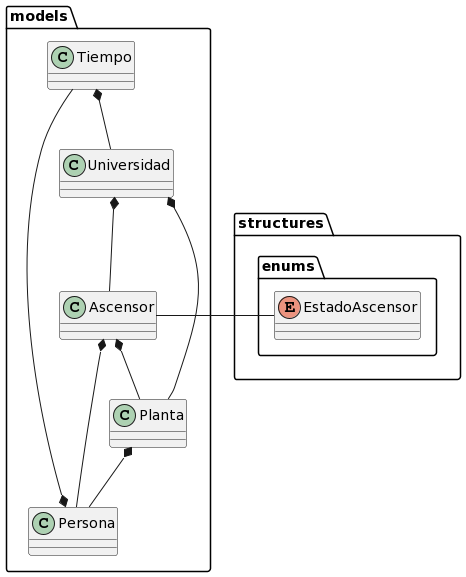
Earlier version of the PlantUML export entregas/Grupo4/ModeloDelDominio/images/modeloDelDominio.png (mmasias/IdSw2-22-23).
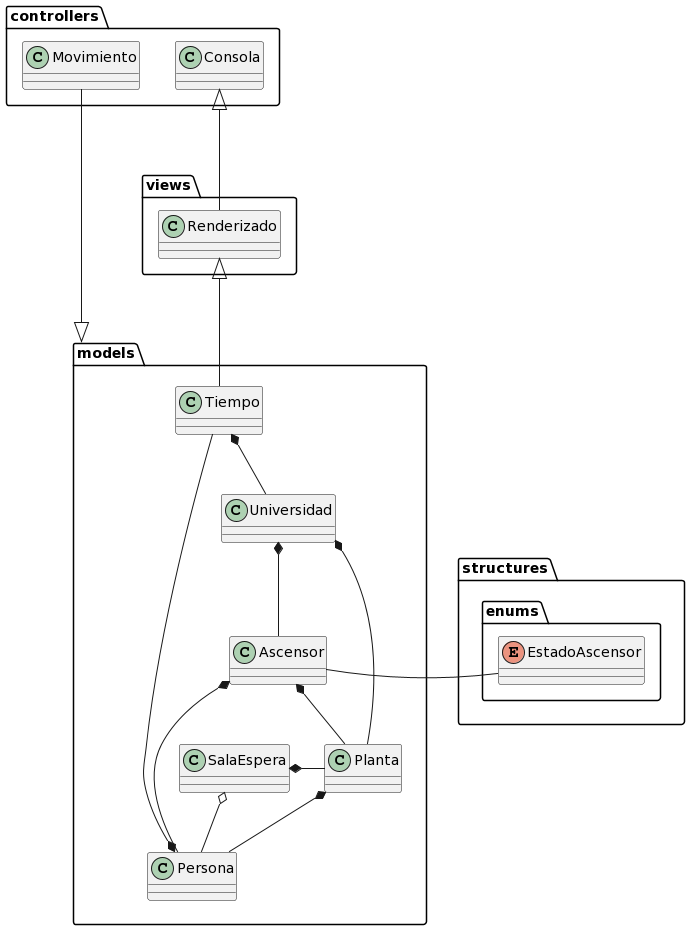
After the change.

The edit, as a diff of the source:
```diff
@@ -22,12 +22,35 @@
 
 }
 
+class "models.SalaEspera" {
+
+}
+
+class "controllers.Consola" {
+
+}
+
+class "controllers.Movimiento" {
+
+}
+
+class "views.Renderizado" {
+
+}
+
 Ascensor *--d Persona
 Ascensor *--d Planta
-Ascensor ---r EstadoAscensor
+Ascensor ---r "structures.enums.EstadoAscensor"
 Universidad *-- Ascensor
 Universidad *-- Planta
 Planta *--d Persona
 Persona *---u Tiempo
 Tiempo *--d Universidad
+SalaEspera *--r Planta
+SalaEspera o--d Persona
+Consola <|--- Renderizado
+
+Movimiento ---r|> models
+
+Renderizado <|--- Tiempo
 @enduml
```
